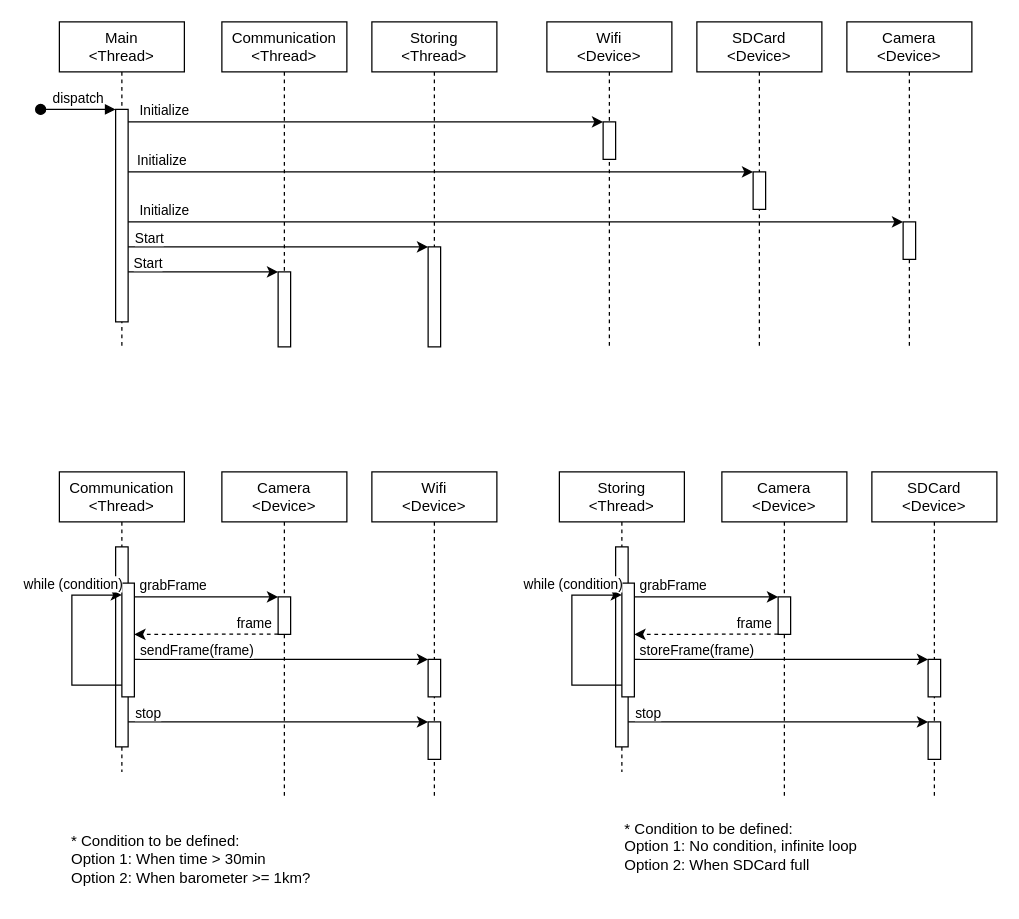
This is IcaroSW/CameraBoardSW/docs/SequenceDiagram.drawio from LaboratorioGluon/Icaro, a draw.io file, before an edit. Source tidied: cells renumbered, new cells numbered last; positions are measured from the earlier drawing's top-left corner, leaving out a move shared by most shapes. Both pictures are drawn from the tidied source at 125%, with x=0, y=0 at pixel (40, 21).
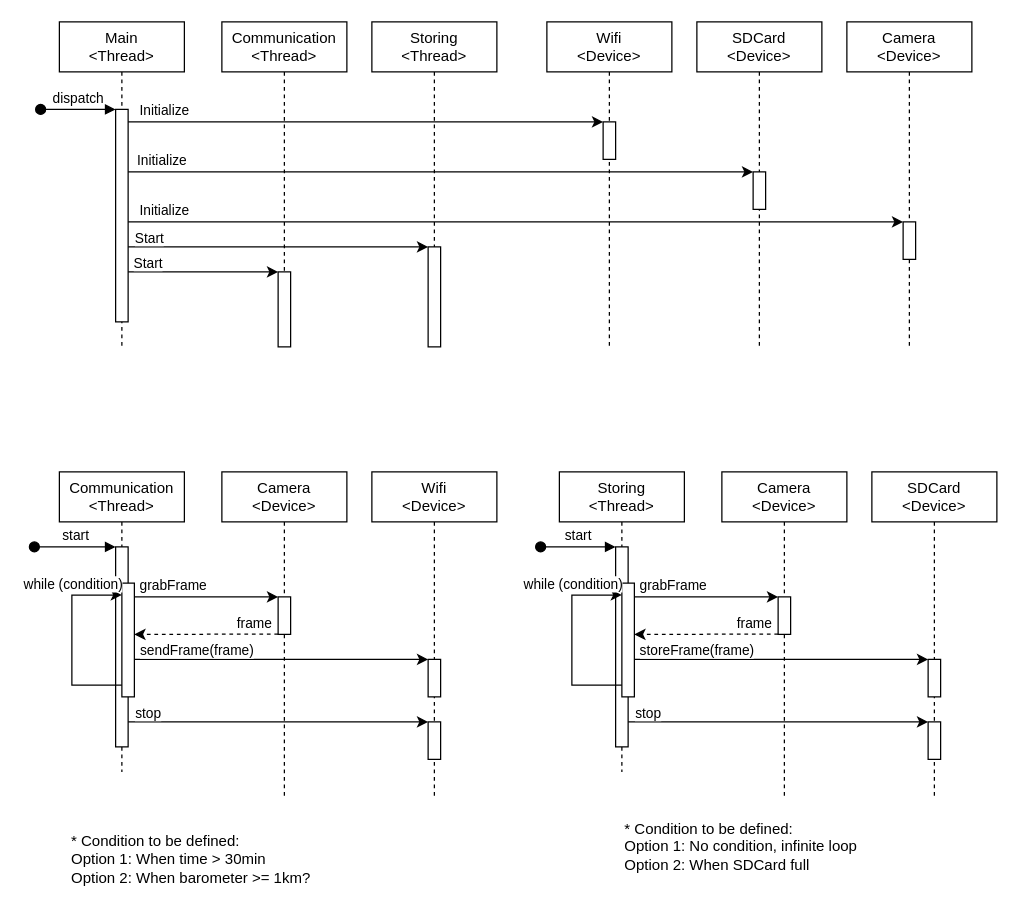
The same diagram, later.

The change refers to these unchanged cells:
```xml
<mxCell id="26" style="html=1;points=[];perimeter=orthogonalPerimeter;outlineConnect=0;targetShapes=umlLifeline;portConstraint=eastwest;newEdgeStyle={&quot;edgeStyle&quot;:&quot;elbowEdgeStyle&quot;,&quot;elbow&quot;:&quot;vertical&quot;,&quot;curved&quot;:0,&quot;rounded&quot;:0};" parent="25" vertex="1">
  <mxGeometry x="45" y="60" width="10" height="160" as="geometry" />
</mxCell>
<mxCell id="45" style="html=1;points=[];perimeter=orthogonalPerimeter;outlineConnect=0;targetShapes=umlLifeline;portConstraint=eastwest;newEdgeStyle={&quot;edgeStyle&quot;:&quot;elbowEdgeStyle&quot;,&quot;elbow&quot;:&quot;vertical&quot;,&quot;curved&quot;:0,&quot;rounded&quot;:0};" parent="44" vertex="1">
  <mxGeometry x="45" y="60" width="10" height="160" as="geometry" />
</mxCell>
```

Diff of the diagram source:
```diff
@@
+    <mxCell id="63" value="start" style="html=1;verticalAlign=bottom;startArrow=oval;endArrow=block;startSize=8;edgeStyle=elbowEdgeStyle;elbow=vertical;curved=0;rounded=0;" parent="1" edge="1" target="26">
+      <mxGeometry relative="1" as="geometry">
+        <mxPoint x="-5" y="420" as="sourcePoint" />
+      </mxGeometry>
+    </mxCell>
+    <mxCell id="64" value="start" style="html=1;verticalAlign=bottom;startArrow=oval;endArrow=block;startSize=8;edgeStyle=elbowEdgeStyle;elbow=vertical;curved=0;rounded=0;" parent="1" edge="1" target="45">
+      <mxGeometry relative="1" as="geometry">
+        <mxPoint x="400" y="420" as="sourcePoint" />
+      </mxGeometry>
+    </mxCell>
```
